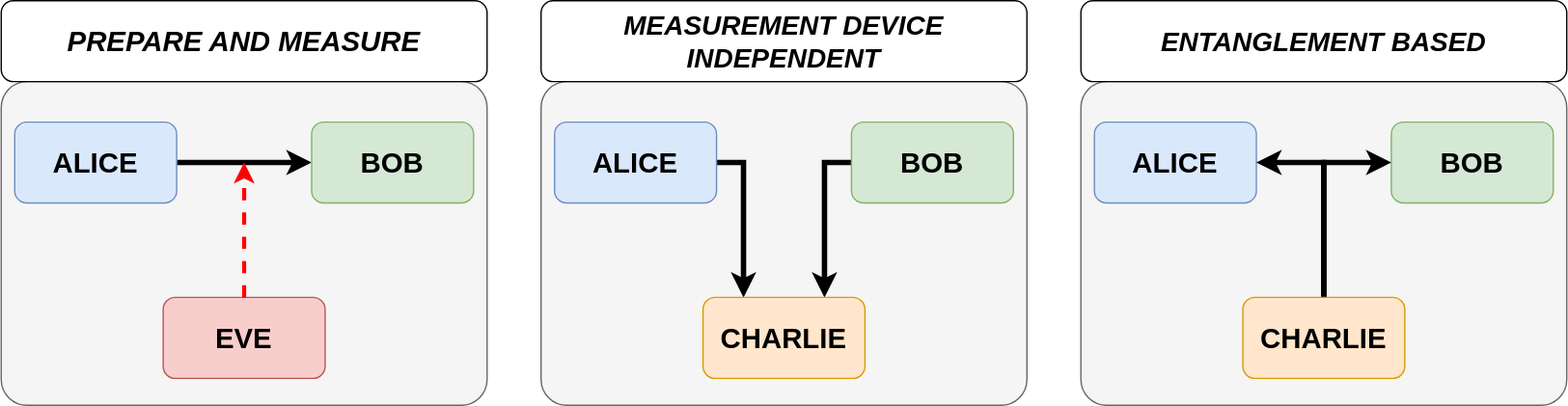
Earlier version of the draw.io export QKD_implementations.drawio.svg (javijnb/LPRO_diagrams). Source tidied: cells renumbered, new cells last; positions are measured from the earlier drawing's top-left corner, leaving out a move shared by most shapes.
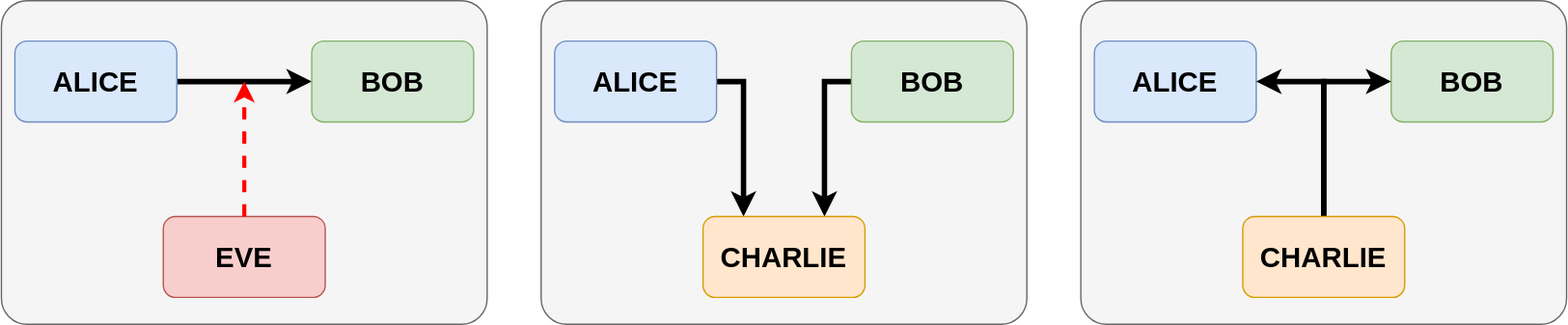
The same diagram one commit later.

What changed in the source:
```diff
@@ -40,12 +40,6 @@
         <mxPoint x="180" y="120" as="targetPoint" />
       </mxGeometry>
     </mxCell>
-    <mxCell id="14" value="&lt;b&gt;&lt;i&gt;&lt;font style=&quot;font-size: 21px;&quot;&gt;PREPARE AND MEASURE&lt;/font&gt;&lt;/i&gt;&lt;/b&gt;" style="rounded=1;whiteSpace=wrap;html=1;" parent="1" vertex="1">
-      <mxGeometry width="360" height="60" as="geometry" />
-    </mxCell>
-    <mxCell id="15" value="&lt;b&gt;&lt;i&gt;&lt;font style=&quot;font-size: 20px;&quot;&gt;MEASUREMENT DEVICE INDEPENDENT&lt;/font&gt;&lt;/i&gt;&lt;/b&gt;" style="rounded=1;whiteSpace=wrap;html=1;" parent="1" vertex="1">
-      <mxGeometry x="400" width="360" height="60" as="geometry" />
-    </mxCell>
     <mxCell id="16" style="rounded=1;whiteSpace=wrap;html=1;fillColor=#f5f5f5;fontColor=#333333;strokeColor=#666666;arcSize=8;" parent="1" vertex="1">
       <mxGeometry x="800" y="60" width="360" height="240" as="geometry" />
     </mxCell>
@@ -64,8 +58,5 @@
     <mxCell id="21" value="CHARLIE" style="rounded=1;whiteSpace=wrap;html=1;fontStyle=1;fontSize=21;fillColor=#ffe6cc;strokeColor=#d79b00;" parent="1" vertex="1">
       <mxGeometry x="920" y="220" width="120" height="60" as="geometry" />
     </mxCell>
-    <mxCell id="22" value="&lt;span style=&quot;font-size: 20px;&quot;&gt;&lt;b&gt;&lt;i&gt;ENTANGLEMENT BASED&lt;/i&gt;&lt;/b&gt;&lt;/span&gt;" style="rounded=1;whiteSpace=wrap;html=1;" parent="1" vertex="1">
-      <mxGeometry x="800" width="360" height="60" as="geometry" />
-    </mxCell>
   </root>
 </mxGraphModel>
```
